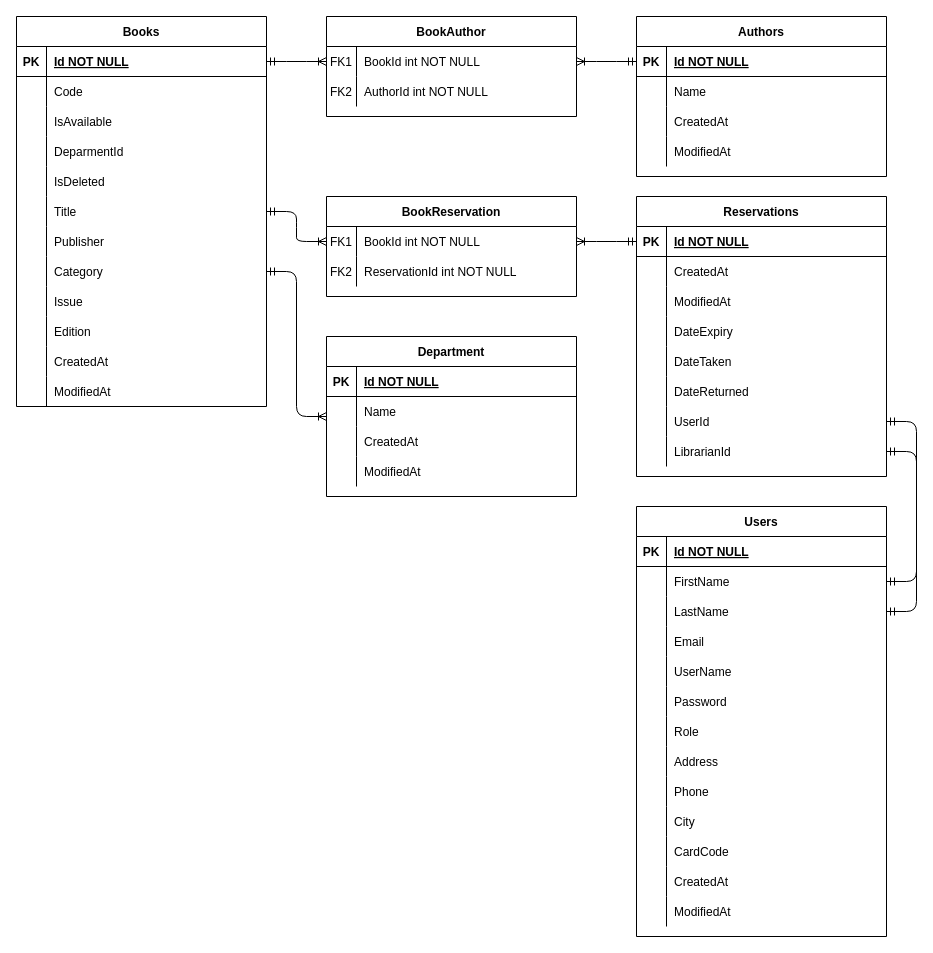
This is Untitled Diagram.drawio from misteryx96/libApp, a draw.io file, before an edit. Source tidied: cells renumbered, new cells numbered last; positions are measured from the earlier drawing's top-left corner, leaving out a move shared by most shapes. Both pictures are drawn from the tidied source at 100%, with x=0, y=0 at pixel (16, 16).
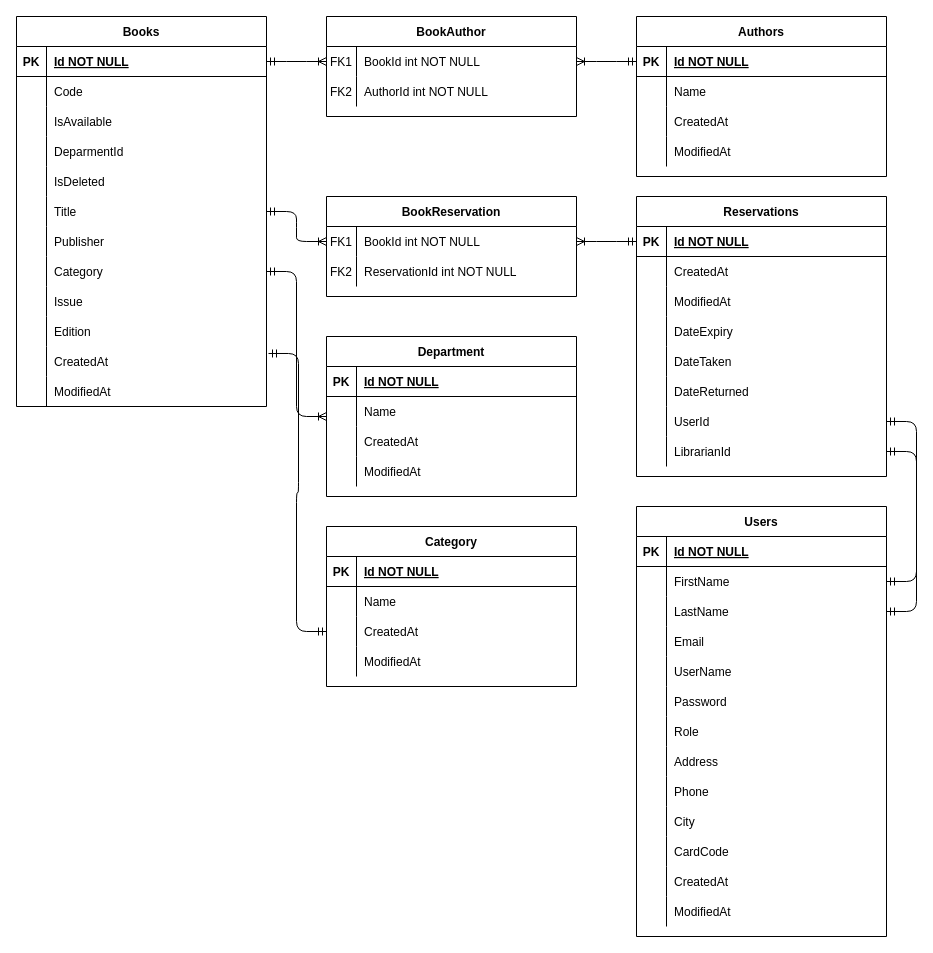
The same page after the edit.

Unchanged cells that the change refers to:
```xml
<mxCell id="53" style="shape=partialRectangle;fillColor=none;points=[[0,0.5],[1,0.5]];portConstraint=eastwest;top=0;left=0;right=0;bottom=0;" parent="22" vertex="1">
  <mxGeometry y="330" width="250" height="30" as="geometry" />
</mxCell>
```

The edit, as a diff of the source:
```diff
@@
+    <mxCell id="151" value="Category" style="shape=table;startSize=30;childLayout=tableLayout;rowLines=0;fontStyle=1;align=center;" parent="1" vertex="1">
+      <mxGeometry x="310" y="510" width="250" height="160" as="geometry" />
+    </mxCell>
+    <mxCell id="152" style="shape=partialRectangle;fillColor=none;top=0;left=0;right=0;bottom=1;" parent="151" vertex="1">
+      <mxGeometry y="30" width="250" height="30" as="geometry" />
+    </mxCell>
+    <mxCell id="153" value="PK" style="shape=partialRectangle;overflow=hidden;fillColor=none;top=0;left=0;bottom=0;right=0;fontStyle=1;" parent="152" vertex="1">
+      <mxGeometry width="30" height="30" as="geometry" />
+    </mxCell>
+    <mxCell id="154" value="Id NOT NULL " style="shape=partialRectangle;overflow=hidden;fillColor=none;top=0;left=0;bottom=0;right=0;align=left;spacingLeft=6;fontStyle=5;" parent="152" vertex="1">
+      <mxGeometry x="30" width="220" height="30" as="geometry" />
+    </mxCell>
+    <mxCell id="155" style="shape=partialRectangle;fillColor=none;top=0;left=0;right=0;bottom=0;" parent="151" vertex="1">
+      <mxGeometry y="60" width="250" height="30" as="geometry" />
+    </mxCell>
+    <mxCell id="156" style="shape=partialRectangle;overflow=hidden;fillColor=none;top=0;left=0;bottom=0;right=0;" parent="155" vertex="1">
+      <mxGeometry width="30" height="30" as="geometry" />
+    </mxCell>
+    <mxCell id="157" value="Name" style="shape=partialRectangle;overflow=hidden;fillColor=none;top=0;left=0;bottom=0;right=0;align=left;spacingLeft=6;" parent="155" vertex="1">
+      <mxGeometry x="30" width="220" height="30" as="geometry" />
+    </mxCell>
+    <mxCell id="158" style="shape=partialRectangle;fillColor=none;points=[[0,0.5],[1,0.5]];portConstraint=eastwest;top=0;left=0;right=0;bottom=0;" parent="151" vertex="1">
+      <mxGeometry y="90" width="250" height="30" as="geometry" />
+    </mxCell>
+    <mxCell id="159" style="shape=partialRectangle;overflow=hidden;fillColor=none;top=0;left=0;bottom=0;right=0;" parent="158" vertex="1">
+      <mxGeometry width="30" height="30" as="geometry" />
+    </mxCell>
+    <mxCell id="160" value="CreatedAt" style="shape=partialRectangle;overflow=hidden;fillColor=none;top=0;left=0;bottom=0;right=0;align=left;spacingLeft=6;" parent="158" vertex="1">
+      <mxGeometry x="30" width="220" height="30" as="geometry" />
+    </mxCell>
+    <mxCell id="161" style="shape=partialRectangle;fillColor=none;top=0;left=0;right=0;bottom=0;" parent="151" vertex="1">
+      <mxGeometry y="120" width="250" height="30" as="geometry" />
+    </mxCell>
+    <mxCell id="162" style="shape=partialRectangle;overflow=hidden;fillColor=none;top=0;left=0;bottom=0;right=0;" parent="161" vertex="1">
+      <mxGeometry width="30" height="30" as="geometry" />
+    </mxCell>
+    <mxCell id="163" value="ModifiedAt" style="shape=partialRectangle;overflow=hidden;fillColor=none;top=0;left=0;bottom=0;right=0;align=left;spacingLeft=6;" parent="161" vertex="1">
+      <mxGeometry x="30" width="220" height="30" as="geometry" />
+    </mxCell>
+    <mxCell id="164" style="edgeStyle=entityRelationEdgeStyle;fontSize=12;html=1;endArrow=ERmandOne;startArrow=ERmandOne;entryX=1.008;entryY=0.233;entryDx=0;entryDy=0;entryPerimeter=0;exitX=0;exitY=0.5;exitDx=0;exitDy=0;" parent="1" edge="1" source="158" target="53">
+      <mxGeometry relative="1" as="geometry" />
+    </mxCell>
```
